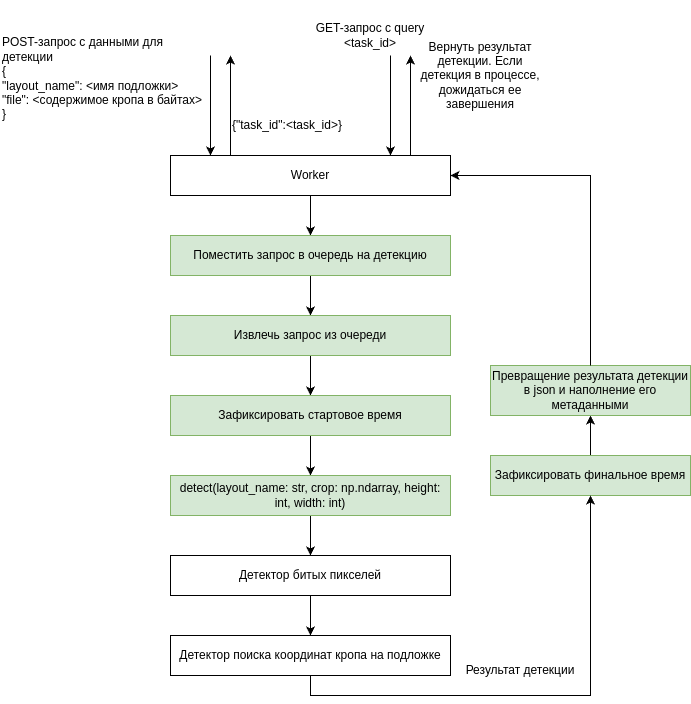
Earlier version of the draw.io export docs/System Design.png (physicorym/WeAllLoveWiseTrees). Source tidied: cells renumbered, new cells last; positions are measured from the earlier drawing's top-left corner, leaving out a move shared by most shapes.
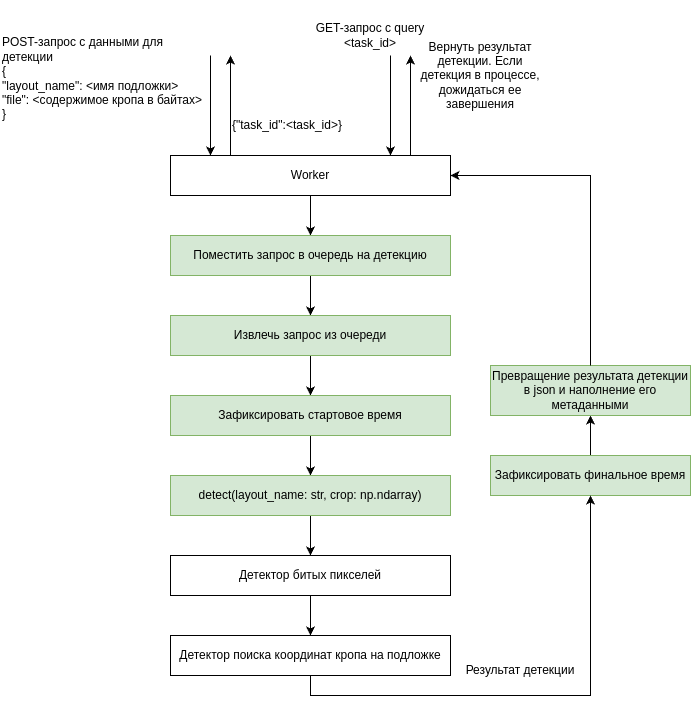
Later version of the same file.

Commit message:
Simplify crop dumping and loading

Diff of the diagram source:
```diff
@@ -47,7 +47,7 @@
     <mxCell id="13" style="edgeStyle=orthogonalEdgeStyle;rounded=0;jettySize=auto;html=1;" parent="1" edge="1" source="14" target="5">
       <mxGeometry relative="1" as="geometry" />
     </mxCell>
-    <mxCell id="14" value="detect(layout_name: str, crop: np.ndarray, height: int, width: int)" style="rounded=0;whiteSpace=wrap;html=1;fillColor=#d5e8d4;strokeColor=#82b366;" parent="1" vertex="1">
+    <mxCell id="14" value="detect(layout_name: str, crop: np.ndarray)" style="rounded=0;whiteSpace=wrap;html=1;fillColor=#d5e8d4;strokeColor=#82b366;" parent="1" vertex="1">
       <mxGeometry x="170" y="475" width="280" height="40" as="geometry" />
     </mxCell>
     <mxCell id="15" style="edgeStyle=orthogonalEdgeStyle;rounded=0;jettySize=auto;html=1;" parent="1" edge="1" source="16" target="17">
```
